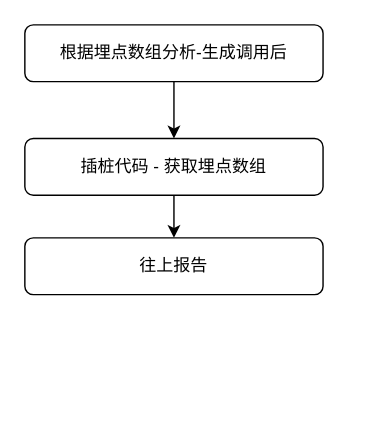
KeatonLi/pictures keeps this draw.io diagram as draw.io/jacoco 流程.drawio. Above is the earlier version. Source tidied: cells renumbered, new cells numbered last; positions are measured from the earlier drawing's top-left corner, leaving out a move shared by most shapes. Both pictures are drawn from the tidied source at 142%, with x=0, y=0 at pixel (24, 24).
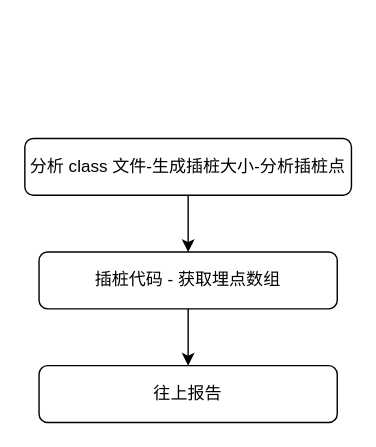
After the change.

Change to the diagram source:
```diff
@@
 <mxGraphModel>
   <root>
     <mxCell id="0" />
     <mxCell id="1" parent="0" />
     <mxCell id="2" style="edgeStyle=orthogonalEdgeStyle;rounded=0;jettySize=auto;html=1;" parent="1" edge="1" source="3" target="6">
       <mxGeometry relative="1" as="geometry" />
     </mxCell>
     <mxCell id="3" value="插桩代码 - 获取埋点数组" style="rounded=1;whiteSpace=wrap;html=1;" parent="1" vertex="1">
-      <mxGeometry y="80" width="210" height="40" as="geometry" />
+      <mxGeometry x="10" y="160" width="210" height="40" as="geometry" />
     </mxCell>
     <mxCell id="4" style="edgeStyle=orthogonalEdgeStyle;rounded=0;jettySize=auto;html=1;" parent="1" edge="1" source="5" target="3">
       <mxGeometry relative="1" as="geometry" />
     </mxCell>
-    <mxCell id="5" value="根据埋点数组分析-生成调用后" style="rounded=1;whiteSpace=wrap;html=1;" parent="1" vertex="1">
-      <mxGeometry width="210" height="40" as="geometry" />
+    <mxCell id="5" value="分析 class 文件-生成插桩大小-分析插桩点" style="rounded=1;whiteSpace=wrap;html=1;" parent="1" vertex="1">
+      <mxGeometry y="80" width="230" height="40" as="geometry" />
     </mxCell>
     <mxCell id="6" value="往上报告" style="rounded=1;whiteSpace=wrap;html=1;" parent="1" vertex="1">
-      <mxGeometry y="150" width="210" height="40" as="geometry" />
+      <mxGeometry x="10" y="240" width="210" height="40" as="geometry" />
     </mxCell>
   </root>
 </mxGraphModel>
```
